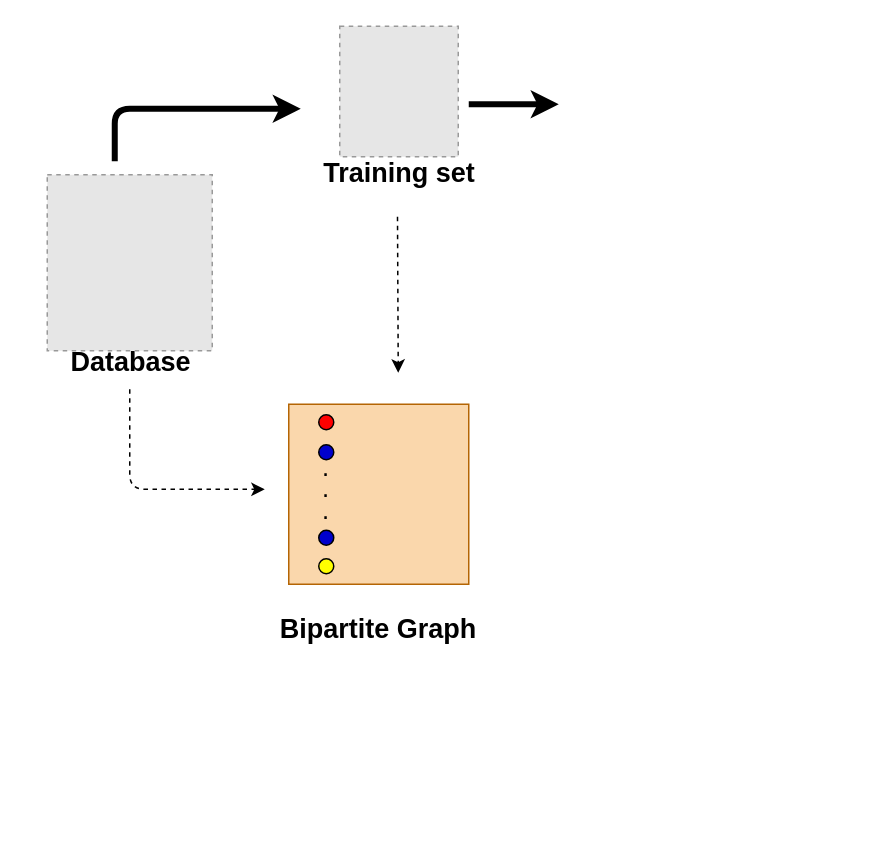
Earlier version of the draw.io diagram Untitled Diagram.drawio (pangxuanrong/DSH-NetWork). Source tidied: cells renumbered, new cells numbered last; positions are measured from the earlier drawing's top-left corner, leaving out a move shared by most shapes. Both pictures are drawn from the tidied source at 150%, with x=0, y=0 at pixel (26, 26). Pictures stored in the file or linked from it are replaced by grey dashed boxes.
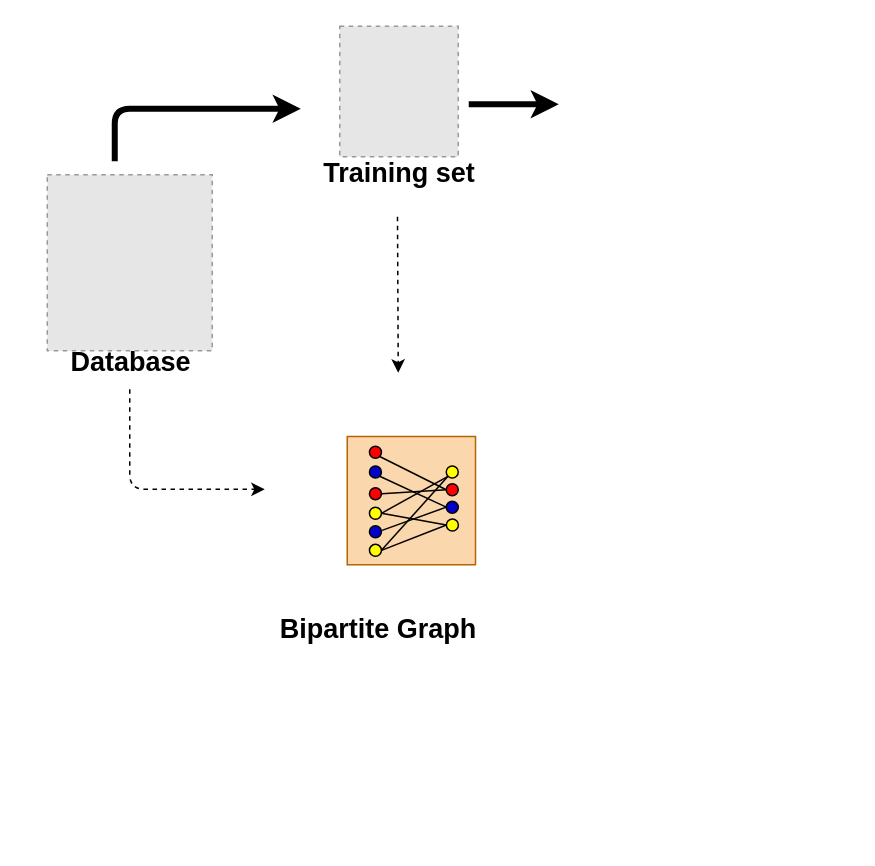
After the change.

Change to the diagram source:
```diff
@@
-    <mxCell id="6" style="whiteSpace=wrap;html=1;rounded=0;shadow=0;strokeWidth=1;fillColor=#fad7ac;strokeColor=#b46504;" parent="1" vertex="1">
-      <mxGeometry x="175" y="252" width="120" height="120" as="geometry" />
-    </mxCell>
@@
+    <mxCell id="15" style="endArrow=classic;html=1;strokeWidth=1;dashed=1;" parent="1" edge="1">
+      <mxGeometry relative="1" as="geometry">
+        <mxPoint x="69" y="242" as="sourcePoint" />
+        <mxPoint x="159" y="308.7" as="targetPoint" />
+        <Array as="points">
+          <mxPoint x="69" y="308.7" />
+        </Array>
+      </mxGeometry>
+    </mxCell>
+    <mxCell id="16" style="endArrow=classic;html=1;dashed=1;strokeWidth=1;exitX=0.5;exitY=1;exitDx=0;exitDy=0;" parent="1" edge="1">
+      <mxGeometry relative="1" as="geometry">
+        <mxPoint x="247.5" y="127" as="sourcePoint" />
+        <mxPoint x="248" y="231" as="targetPoint" />
+      </mxGeometry>
+    </mxCell>
+    <mxCell id="17" style="fillColor=#E6E6E6;strokeColor=#999999;dashed=1;verticalLabelPosition=bottom;labelBackgroundColor=#ffffff;verticalAlign=top;" parent="1" vertex="1">
+      <mxGeometry x="14" y="99" width="110" height="117.3" as="geometry" />
+    </mxCell>
+    <mxCell id="6" style="whiteSpace=wrap;html=1;rounded=0;shadow=0;strokeWidth=1;fillColor=#fad7ac;strokeColor=#b46504;" parent="1" vertex="1">
+      <mxGeometry x="214" y="273.5" width="85.5" height="85.5" as="geometry" />
+    </mxCell>
     <mxCell id="10" style="ellipse;whiteSpace=wrap;html=1;rounded=0;shadow=0;strokeWidth=1;fillColor=#FF0000;" parent="1" vertex="1">
-      <mxGeometry x="195" y="259" width="10" height="10" as="geometry" />
+      <mxGeometry x="228.8" y="280" width="8" height="8" as="geometry" />
     </mxCell>
     <mxCell id="11" style="ellipse;whiteSpace=wrap;html=1;rounded=0;shadow=0;strokeWidth=1;fillColor=#0000CC;" parent="1" vertex="1">
-      <mxGeometry x="195" y="279" width="10" height="10" as="geometry" />
+      <mxGeometry x="228.8" y="293.2" width="8" height="8" as="geometry" />
     </mxCell>
-    <mxCell id="12" style="ellipse;whiteSpace=wrap;html=1;rounded=0;shadow=0;strokeWidth=1;fillColor=#0000CC;" parent="1" vertex="1">
-      <mxGeometry x="195" y="336" width="10" height="10" as="geometry" />
+    <mxCell id="12" style="ellipse;whiteSpace=wrap;html=1;rounded=0;shadow=0;strokeWidth=1;fillColor=#FF0000;" parent="1" vertex="1">
+      <mxGeometry x="228.8" y="307.6" width="8" height="8" as="geometry" />
     </mxCell>
     <mxCell id="13" style="ellipse;whiteSpace=wrap;html=1;rounded=0;shadow=0;strokeWidth=1;fillColor=#FFFF00;" parent="1" vertex="1">
-      <mxGeometry x="195" y="355" width="10" height="10" as="geometry" />
+      <mxGeometry x="228.8" y="320.7" width="8" height="8" as="geometry" />
     </mxCell>
-    <mxCell id="14" value="&lt;font style=&quot;font-size: 17px ; line-height: 40%&quot;&gt;.&lt;br&gt;.&lt;br&gt;.&lt;/font&gt;" style="text;html=1;strokeColor=none;fillColor=none;align=center;verticalAlign=middle;whiteSpace=wrap;rounded=0;shadow=0;spacing=0;" parent="1" vertex="1">
-      <mxGeometry x="180" y="300" width="40" height="20" as="geometry" />
-    </mxCell>
-    <mxCell id="15" style="endArrow=classic;html=1;strokeWidth=1;dashed=1;" parent="1" edge="1">
-      <mxGeometry relative="1" as="geometry">
-        <mxPoint x="69" y="242" as="sourcePoint" />
-        <mxPoint x="159" y="308.7" as="targetPoint" />
-        <Array as="points">
-          <mxPoint x="69" y="308.7" />
-        </Array>
-      </mxGeometry>
-    </mxCell>
-    <mxCell id="16" style="endArrow=classic;html=1;dashed=1;strokeWidth=1;exitX=0.5;exitY=1;exitDx=0;exitDy=0;" parent="1" edge="1">
-      <mxGeometry relative="1" as="geometry">
-        <mxPoint x="247.5" y="127" as="sourcePoint" />
-        <mxPoint x="248" y="231" as="targetPoint" />
-      </mxGeometry>
-    </mxCell>
-    <mxCell id="17" style="fillColor=#E6E6E6;strokeColor=#999999;dashed=1;verticalLabelPosition=bottom;labelBackgroundColor=#ffffff;verticalAlign=top;" parent="1" vertex="1">
-      <mxGeometry x="14" y="99" width="110" height="117.3" as="geometry" />
-    </mxCell>
+    <mxCell id="18" style="ellipse;whiteSpace=wrap;html=1;rounded=0;shadow=0;strokeWidth=1;fillColor=#FF0000;" parent="1" vertex="1">
+      <mxGeometry x="280" y="305" width="8" height="8" as="geometry" />
+    </mxCell>
+    <mxCell id="19" style="ellipse;whiteSpace=wrap;html=1;rounded=0;shadow=0;strokeWidth=1;fillColor=#FFFF00;" parent="1" vertex="1">
+      <mxGeometry x="280" y="293.2" width="8" height="8" as="geometry" />
+    </mxCell>
+    <mxCell id="20" style="endArrow=none;html=1;strokeWidth=1;entryX=0;entryY=0.5;entryDx=0;entryDy=0;exitX=1;exitY=1;exitDx=0;exitDy=0;" parent="1" edge="1" source="10" target="18">
+      <mxGeometry relative="1" as="geometry" />
+    </mxCell>
+    <mxCell id="21" style="endArrow=none;html=1;strokeWidth=1;entryX=0;entryY=1;entryDx=0;entryDy=0;exitX=1;exitY=0.5;exitDx=0;exitDy=0;" parent="1" edge="1" source="13" target="19">
+      <mxGeometry relative="1" as="geometry" />
+    </mxCell>
+    <mxCell id="22" style="endArrow=none;html=1;strokeWidth=1;exitX=1.032;exitY=0.377;exitDx=0;exitDy=0;exitPerimeter=0;entryX=0;entryY=0.5;entryDx=0;entryDy=0;" parent="1" edge="1" target="18">
+      <mxGeometry relative="1" as="geometry">
+        <mxPoint x="237.1" y="311.6" as="sourcePoint" />
+      </mxGeometry>
+    </mxCell>
+    <mxCell id="23" style="ellipse;whiteSpace=wrap;html=1;rounded=0;shadow=0;strokeWidth=1;fillColor=#0000CC;" parent="1" vertex="1">
+      <mxGeometry x="280" y="316.6" width="8" height="8" as="geometry" />
+    </mxCell>
+    <mxCell id="24" style="endArrow=none;html=1;strokeWidth=1;entryX=0;entryY=0.5;entryDx=0;entryDy=0;exitX=1;exitY=1;exitDx=0;exitDy=0;" parent="1" edge="1" source="11" target="23">
+      <mxGeometry relative="1" as="geometry" />
+    </mxCell>
+    <mxCell id="25" style="ellipse;whiteSpace=wrap;html=1;rounded=0;shadow=0;strokeWidth=1;fillColor=#0000CC;" parent="1" vertex="1">
+      <mxGeometry x="228.8" y="333" width="8" height="8" as="geometry" />
+    </mxCell>
+    <mxCell id="26" style="endArrow=none;html=1;strokeWidth=1;entryX=0;entryY=0.5;entryDx=0;entryDy=0;exitX=1.052;exitY=0.384;exitDx=0;exitDy=0;exitPerimeter=0;" parent="1" edge="1" source="25" target="23">
+      <mxGeometry relative="1" as="geometry" />
+    </mxCell>
+    <mxCell id="27" style="ellipse;whiteSpace=wrap;html=1;rounded=0;shadow=0;strokeWidth=1;fillColor=#FFFF00;" parent="1" vertex="1">
+      <mxGeometry x="280.1" y="328.5" width="8" height="8" as="geometry" />
+    </mxCell>
+    <mxCell id="28" style="endArrow=none;html=1;strokeWidth=1;entryX=0;entryY=0.5;entryDx=0;entryDy=0;exitX=1;exitY=0.5;exitDx=0;exitDy=0;" parent="1" edge="1" source="13" target="27">
+      <mxGeometry relative="1" as="geometry" />
+    </mxCell>
+    <mxCell id="29" style="ellipse;whiteSpace=wrap;html=1;rounded=0;shadow=0;strokeWidth=1;fillColor=#FFFF00;" parent="1" vertex="1">
+      <mxGeometry x="228.8" y="345.4" width="8" height="8" as="geometry" />
+    </mxCell>
+    <mxCell id="30" style="endArrow=none;html=1;strokeWidth=1;entryX=0;entryY=0.5;entryDx=0;entryDy=0;exitX=1;exitY=0.5;exitDx=0;exitDy=0;" parent="1" edge="1" source="29" target="27">
+      <mxGeometry relative="1" as="geometry" />
+    </mxCell>
+    <mxCell id="31" style="endArrow=none;html=1;strokeWidth=1;entryX=0;entryY=1;entryDx=0;entryDy=0;exitX=1;exitY=0.5;exitDx=0;exitDy=0;" parent="1" edge="1" source="29" target="19">
+      <mxGeometry relative="1" as="geometry" />
+    </mxCell>
```
